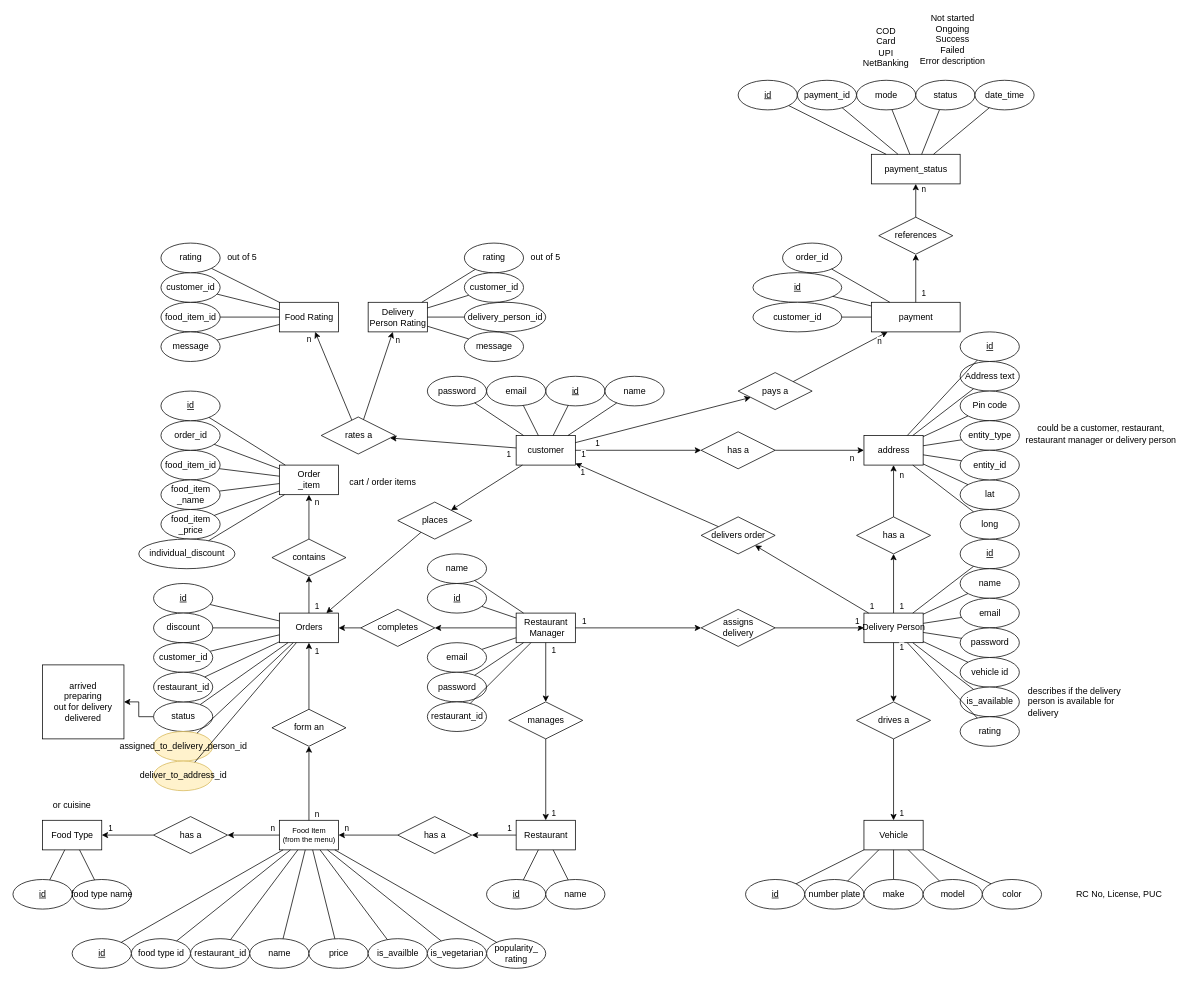
callofthewild/hunger-buzz keeps this draw.io diagram as diagrams/ER/ER diagram.drawio. Above is the earlier version. Source tidied: cells renumbered, new cells numbered last; positions are measured from the earlier drawing's top-left corner, leaving out a move shared by most shapes. Both pictures are drawn from the tidied source at 74%, with x=0, y=0 at pixel (13, 13).
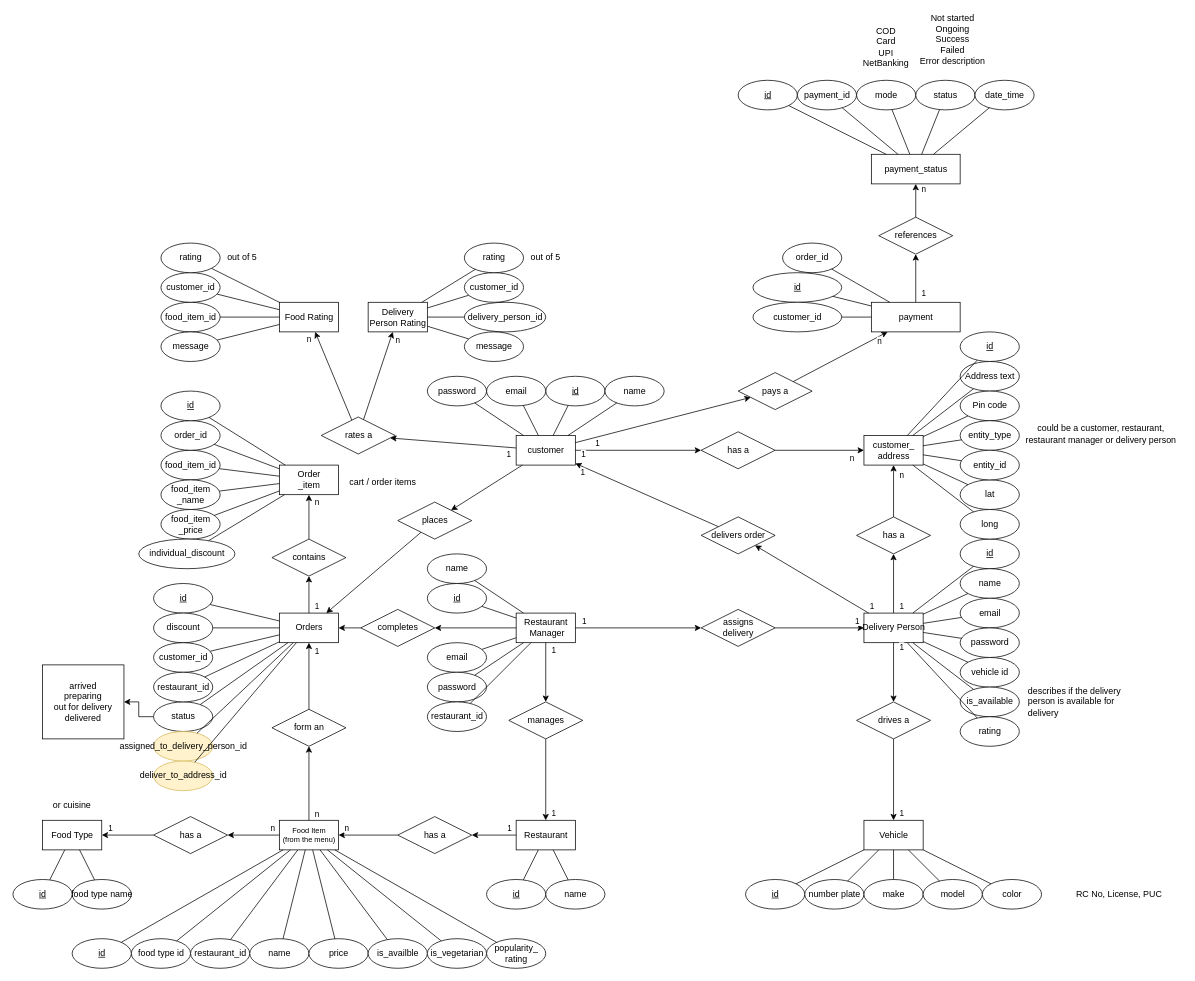
After the change.

Commit message:
update ER : customer address

What changed in the source:
```diff
@@
-    <mxCell id="7" value="address" style="rounded=0;html=1;" parent="1" vertex="1">
+    <mxCell id="7" value="&lt;div&gt;customer_&lt;/div&gt;&lt;div&gt;address&lt;/div&gt;" style="rounded=0;html=1;" parent="1" vertex="1">
       <mxGeometry x="1150" y="570" width="80" height="40" as="geometry" />
     </mxCell>
```
